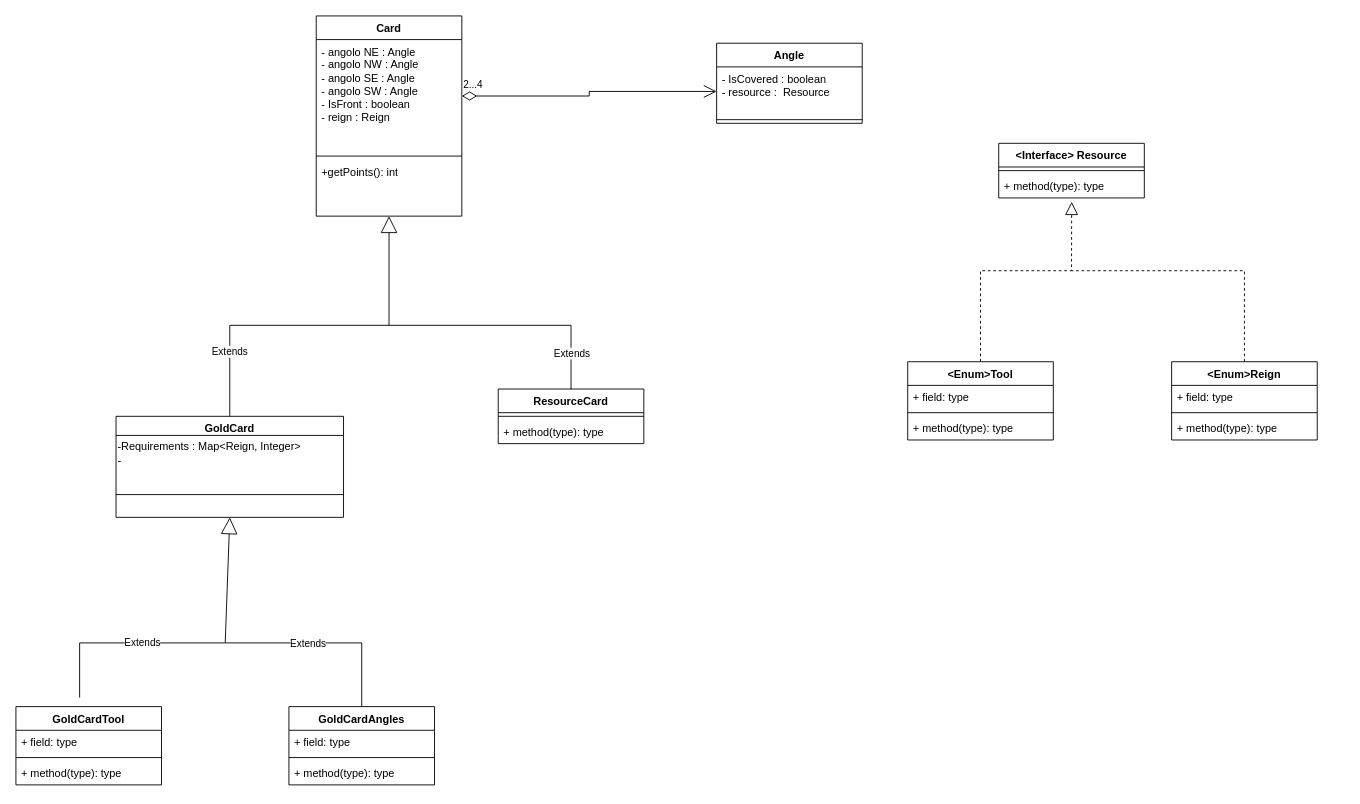
Above: Diagramma senza titolo.drawio in MaximilianMangosi/ing-sw-2024-Mangosi-Laguardia-Lapi-Mattina (draw.io), before the change. Source tidied: cells renumbered, new cells numbered last; positions are measured from the earlier drawing's top-left corner, leaving out a move shared by most shapes. Both pictures are drawn from the tidied source at 91%, with x=0, y=0 at pixel (15, 15).
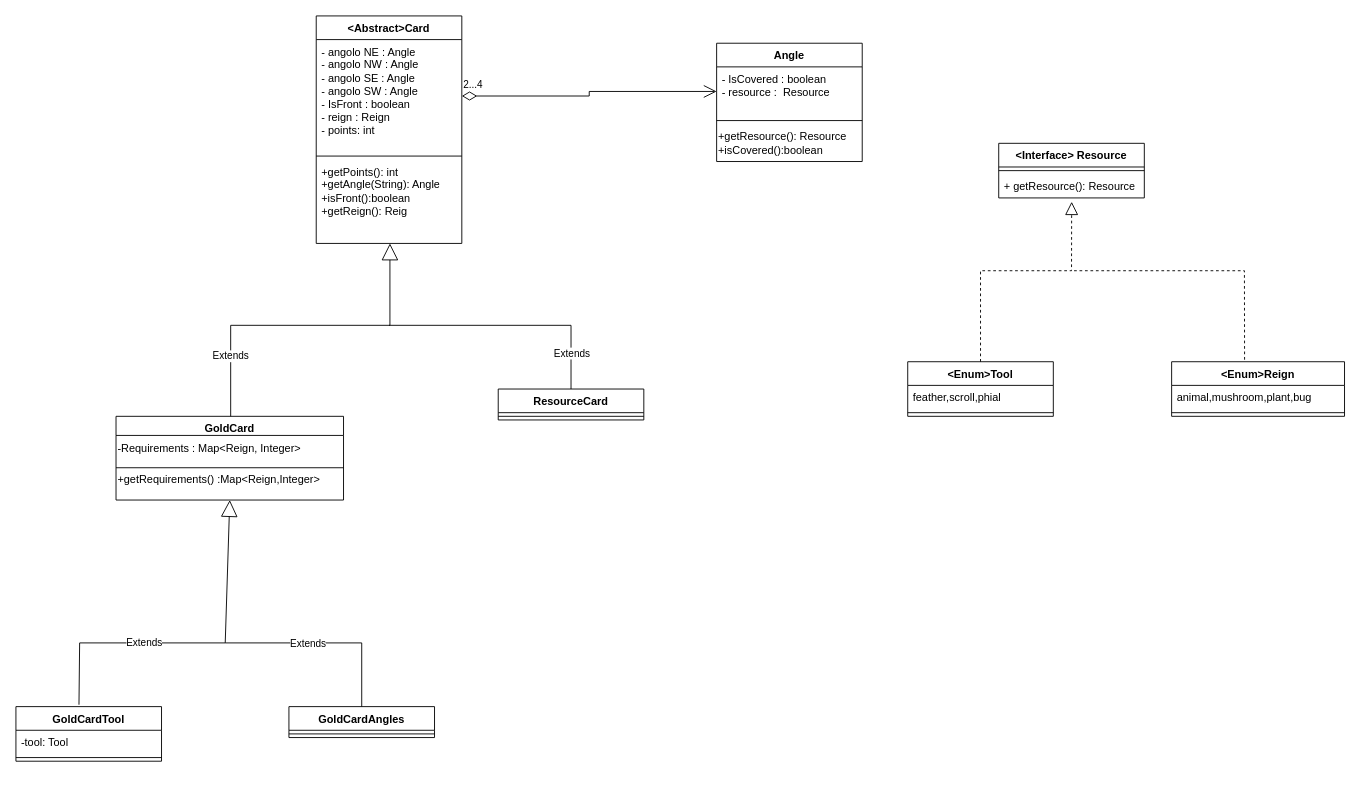
After the change.

The change refers to these unchanged cells:
```xml
<mxCell id="9" value="&amp;lt;Interface&amp;gt; Resource" style="swimlane;fontStyle=1;align=center;verticalAlign=top;horizontal=1;startSize=26;whiteSpace=wrap;html=1;" parent="1" vertex="1">
  <mxGeometry x="1080" y="140" width="160" height="60" as="geometry" />
</mxCell>
```

The edit, as a diff of the source:
```diff
@@
-    <mxCell id="2" value="Card" style="swimlane;fontStyle=1;align=center;verticalAlign=top;horizontal=1;startSize=26;whiteSpace=wrap;html=1;" parent="1" vertex="1">
-      <mxGeometry x="330" width="160" height="220" as="geometry" />
+    <mxCell id="2" value="&amp;lt;Abstract&amp;gt;Card" style="swimlane;fontStyle=1;align=center;verticalAlign=top;horizontal=1;startSize=26;whiteSpace=wrap;html=1;" parent="1" vertex="1">
+      <mxGeometry x="330" width="160" height="250" as="geometry" />
     </mxCell>
-    <mxCell id="3" value="- angolo NE : Angle&lt;div&gt;- angolo NW : Angle&lt;/div&gt;&lt;div&gt;- angolo SE : Angle&lt;/div&gt;&lt;div&gt;- angolo SW : Angle&lt;/div&gt;&lt;div&gt;- IsFront : boolean&lt;/div&gt;&lt;div&gt;- reign : Reign&lt;/div&gt;&lt;div&gt;&lt;br&gt;&lt;/div&gt;" style="text;strokeColor=none;fillColor=none;align=left;verticalAlign=top;spacingLeft=4;spacingRight=4;overflow=hidden;points=[[0,0.5],[1,0.5]];portConstraint=eastwest;whiteSpace=wrap;html=1;" parent="2" vertex="1">
+    <mxCell id="3" value="- angolo NE : Angle&lt;div&gt;- angolo NW : Angle&lt;/div&gt;&lt;div&gt;- angolo SE : Angle&lt;/div&gt;&lt;div&gt;- angolo SW : Angle&lt;/div&gt;&lt;div&gt;- IsFront : boolean&lt;/div&gt;&lt;div&gt;- reign : Reign&lt;/div&gt;- points: int" style="text;strokeColor=none;fillColor=none;align=left;verticalAlign=top;spacingLeft=4;spacingRight=4;overflow=hidden;points=[[0,0.5],[1,0.5]];portConstraint=eastwest;whiteSpace=wrap;html=1;" parent="2" vertex="1">
       <mxGeometry y="26" width="160" height="124" as="geometry" />
     </mxCell>
@@
-    <mxCell id="5" value="&lt;div&gt;+getPoints(): int&lt;/div&gt;&lt;div&gt;&lt;br&gt;&lt;/div&gt;" style="text;strokeColor=none;fillColor=none;align=left;verticalAlign=top;spacingLeft=4;spacingRight=4;overflow=hidden;whiteSpace=wrap;html=1;" parent="2" vertex="1">
-      <mxGeometry y="158" width="160" height="62" as="geometry" />
+    <mxCell id="5" value="&lt;div&gt;+getPoints(): int&lt;/div&gt;&lt;div&gt;+getAngle(String): Angle&lt;/div&gt;&lt;div&gt;+isFront():boolean&lt;/div&gt;&lt;div&gt;+getReign(): Reig&lt;/div&gt;" style="text;strokeColor=none;fillColor=none;align=left;verticalAlign=top;spacingLeft=4;spacingRight=4;overflow=hidden;whiteSpace=wrap;html=1;" parent="2" vertex="1">
+      <mxGeometry y="158" width="160" height="92" as="geometry" />
     </mxCell>
     <mxCell id="6" value="Angle" style="swimlane;fontStyle=1;align=center;verticalAlign=top;horizontal=1;startSize=26;whiteSpace=wrap;html=1;" parent="1" vertex="1">
-      <mxGeometry x="770" y="30" width="160" height="88" as="geometry" />
+      <mxGeometry x="770" y="30" width="160" height="130" as="geometry" />
     </mxCell>
@@
     <mxCell id="8" style="line;strokeWidth=1;fillColor=none;align=left;verticalAlign=middle;spacingTop=-1;spacingLeft=3;spacingRight=3;labelPosition=right;strokeColor=inherit;" parent="6" vertex="1">
-      <mxGeometry y="80" width="160" height="8" as="geometry" />
+      <mxGeometry y="80" width="160" height="10" as="geometry" />
     </mxCell>
+    <mxCell id="43" value="&lt;div align=&quot;left&quot;&gt;+getResource(): Resource&lt;/div&gt;&lt;div align=&quot;left&quot;&gt;+isCovered():boolean&lt;br&gt;&lt;/div&gt;" style="text;html=1;align=left;verticalAlign=middle;strokeColor=none;fillColor=none;" parent="6" vertex="1">
+      <mxGeometry y="90" width="160" height="40" as="geometry" />
+    </mxCell>
@@
-    <mxCell id="11" value="+ method(type): type" style="text;strokeColor=none;fillColor=none;align=left;verticalAlign=top;spacingLeft=4;spacingRight=4;overflow=hidden;points=[[0,0.5],[1,0.5]];portConstraint=eastwest;whiteSpace=wrap;html=1;" parent="9" vertex="1">
+    <mxCell id="11" value="+ getResource(): Resource" style="text;strokeColor=none;fillColor=none;align=left;verticalAlign=top;spacingLeft=4;spacingRight=4;overflow=hidden;points=[[0,0.5],[1,0.5]];portConstraint=eastwest;whiteSpace=wrap;html=1;" parent="9" vertex="1">
       <mxGeometry y="34" width="160" height="26" as="geometry" />
     </mxCell>
     <mxCell id="12" value="&amp;lt;Enum&amp;gt;Tool" style="swimlane;fontStyle=1;align=center;verticalAlign=top;horizontal=1;startSize=26;whiteSpace=wrap;html=1;" parent="1" vertex="1">
-      <mxGeometry x="980" y="380" width="160" height="86" as="geometry" />
+      <mxGeometry x="980" y="380" width="160" height="60" as="geometry" />
     </mxCell>
-    <mxCell id="13" value="+ field: type" style="text;strokeColor=none;fillColor=none;align=left;verticalAlign=top;spacingLeft=4;spacingRight=4;overflow=hidden;whiteSpace=wrap;html=1;" parent="12" vertex="1">
+    <mxCell id="13" value="feather,scroll,phial" style="text;strokeColor=none;fillColor=none;align=left;verticalAlign=top;spacingLeft=4;spacingRight=4;overflow=hidden;whiteSpace=wrap;html=1;" parent="12" vertex="1">
       <mxGeometry y="26" width="160" height="26" as="geometry" />
     </mxCell>
@@
-    <mxCell id="15" value="+ method(type): type" style="text;strokeColor=none;fillColor=none;align=left;verticalAlign=top;spacingLeft=4;spacingRight=4;overflow=hidden;whiteSpace=wrap;html=1;" parent="12" vertex="1">
-      <mxGeometry y="60" width="160" height="26" as="geometry" />
-    </mxCell>
@@
-    <mxCell id="17" value="&amp;lt;Enum&amp;gt;Reign" style="swimlane;fontStyle=1;align=center;verticalAlign=top;horizontal=1;startSize=26;whiteSpace=wrap;html=1;" parent="1" vertex="1">
-      <mxGeometry x="1270" y="380" width="160" height="86" as="geometry" />
-    </mxCell>
-    <mxCell id="18" value="+ field: type" style="text;strokeColor=none;fillColor=none;align=left;verticalAlign=top;spacingLeft=4;spacingRight=4;overflow=hidden;whiteSpace=wrap;html=1;" parent="17" vertex="1">
-      <mxGeometry y="26" width="160" height="26" as="geometry" />
-    </mxCell>
-    <mxCell id="19" style="line;strokeWidth=1;fillColor=none;align=left;verticalAlign=middle;spacingTop=-1;spacingLeft=3;spacingRight=3;labelPosition=right;strokeColor=inherit;" parent="17" vertex="1">
-      <mxGeometry y="52" width="160" height="8" as="geometry" />
-    </mxCell>
-    <mxCell id="20" value="+ method(type): type" style="text;strokeColor=none;fillColor=none;align=left;verticalAlign=top;spacingLeft=4;spacingRight=4;overflow=hidden;whiteSpace=wrap;html=1;" parent="17" vertex="1">
-      <mxGeometry y="60" width="160" height="26" as="geometry" />
-    </mxCell>
     <mxCell id="21" value="GoldCard" style="swimlane;fontStyle=1;align=center;verticalAlign=top;horizontal=1;startSize=21;whiteSpace=wrap;html=1;" parent="1" vertex="1">
-      <mxGeometry x="110" y="440" width="250" height="111" as="geometry" />
+      <mxGeometry x="110" y="440" width="250" height="92" as="geometry" />
     </mxCell>
-    <mxCell id="22" value="-Requirements : Map&amp;lt;Reign, Integer&amp;gt;&lt;div&gt;-&lt;/div&gt;" style="text;html=1;align=left;verticalAlign=middle;strokeColor=none;fillColor=none;" parent="21" vertex="1">
-      <mxGeometry y="21" width="250" height="40" as="geometry" />
+    <mxCell id="22" value="-Requirements : Map&amp;lt;Reign, Integer&amp;gt;" style="text;html=1;align=left;verticalAlign=middle;strokeColor=none;fillColor=none;" parent="21" vertex="1">
+      <mxGeometry y="21" width="250" height="30" as="geometry" />
     </mxCell>
     <mxCell id="23" style="line;strokeWidth=1;fillColor=none;align=left;verticalAlign=middle;spacingTop=-1;spacingLeft=3;spacingRight=3;labelPosition=right;strokeColor=inherit;" parent="21" vertex="1">
-      <mxGeometry y="61" width="250" height="50" as="geometry" />
+      <mxGeometry y="51" width="250" height="11" as="geometry" />
     </mxCell>
+    <mxCell id="44" value="&lt;div align=&quot;left&quot;&gt;+getRequirements() :Map&amp;lt;Reign,Integer&amp;gt;&lt;br&gt;&lt;/div&gt;&lt;div align=&quot;left&quot;&gt;&lt;br&gt;&lt;/div&gt;" style="text;html=1;align=left;verticalAlign=middle;whiteSpace=wrap;rounded=0;" parent="21" vertex="1">
+      <mxGeometry y="62" width="250" height="30" as="geometry" />
+    </mxCell>
     <mxCell id="24" value="ResourceCard" style="swimlane;fontStyle=1;align=center;verticalAlign=top;horizontal=1;startSize=26;whiteSpace=wrap;html=1;" parent="1" vertex="1">
-      <mxGeometry x="530" y="410" width="160" height="60" as="geometry" />
+      <mxGeometry x="530" y="410" width="160" height="34" as="geometry" />
     </mxCell>
@@
-    <mxCell id="26" value="+ method(type): type" style="text;strokeColor=none;fillColor=none;align=left;verticalAlign=top;spacingLeft=4;spacingRight=4;overflow=hidden;whiteSpace=wrap;html=1;" parent="24" vertex="1">
-      <mxGeometry y="34" width="160" height="26" as="geometry" />
-    </mxCell>
-    <mxCell id="27" value="Extends" style="endArrow=block;endSize=16;endFill=0;html=1;rounded=0;entryX=0.5;entryY=1;entryDx=0;entryDy=0;exitX=0.5;exitY=0;exitDx=0;exitDy=0;" parent="1" edge="1" source="21" target="2">
+    <mxCell id="27" value="Extends" style="endArrow=block;endSize=16;endFill=0;html=1;rounded=0;entryX=0.5;entryY=1;entryDx=0;entryDy=0;exitX=0.5;exitY=0;exitDx=0;exitDy=0;" parent="1" edge="1">
       <mxGeometry x="-0.64" relative="1" as="geometry">
+        <mxPoint x="236" y="440" as="sourcePoint" />
+        <mxPoint x="411" y="250" as="targetPoint" />
         <Array as="points">
-          <mxPoint x="235" y="340" />
-          <mxPoint x="410" y="340" />
+          <mxPoint x="236" y="340" />
+          <mxPoint x="411" y="340" />
         </Array>
       </mxGeometry>
     </mxCell>
-    <mxCell id="28" style="endArrow=none;dashed=1;html=1;rounded=0;exitX=0.5;exitY=0;exitDx=0;exitDy=0;" parent="1" edge="1" source="17">
+    <mxCell id="28" style="endArrow=none;dashed=1;html=1;rounded=0;exitX=0.422;exitY=0.063;exitDx=0;exitDy=0;exitPerimeter=0;" parent="1" edge="1" source="17">
       <mxGeometry relative="1" as="geometry">
         <mxPoint x="1160" y="280" as="targetPoint" />
         <Array as="points">
           <mxPoint x="1350" y="280" />
         </Array>
       </mxGeometry>
     </mxCell>
     <mxCell id="29" value="GoldCardTool" style="swimlane;fontStyle=1;align=center;verticalAlign=top;horizontal=1;startSize=26;whiteSpace=wrap;html=1;" parent="1" vertex="1">
-      <mxGeometry y="759" width="160" height="86" as="geometry" />
+      <mxGeometry y="759" width="160" height="60" as="geometry" />
     </mxCell>
-    <mxCell id="30" value="+ field: type" style="text;strokeColor=none;fillColor=none;align=left;verticalAlign=top;spacingLeft=4;spacingRight=4;overflow=hidden;whiteSpace=wrap;html=1;" parent="29" vertex="1">
+    <mxCell id="30" value="-tool: Tool" style="text;strokeColor=none;fillColor=none;align=left;verticalAlign=top;spacingLeft=4;spacingRight=4;overflow=hidden;whiteSpace=wrap;html=1;" parent="29" vertex="1">
       <mxGeometry y="26" width="160" height="26" as="geometry" />
     </mxCell>
@@
-    <mxCell id="32" value="+ method(type): type" style="text;strokeColor=none;fillColor=none;align=left;verticalAlign=top;spacingLeft=4;spacingRight=4;overflow=hidden;whiteSpace=wrap;html=1;" parent="29" vertex="1">
-      <mxGeometry y="60" width="160" height="26" as="geometry" />
-    </mxCell>
     <mxCell id="33" value="GoldCardAngles" style="swimlane;fontStyle=1;align=center;verticalAlign=top;horizontal=1;startSize=26;whiteSpace=wrap;html=1;" parent="1" vertex="1">
-      <mxGeometry x="300" y="759" width="160" height="86" as="geometry" />
+      <mxGeometry x="300" y="759" width="160" height="34" as="geometry" />
     </mxCell>
-    <mxCell id="34" value="+ field: type" style="text;strokeColor=none;fillColor=none;align=left;verticalAlign=top;spacingLeft=4;spacingRight=4;overflow=hidden;whiteSpace=wrap;html=1;" parent="33" vertex="1">
-      <mxGeometry y="26" width="160" height="26" as="geometry" />
-    </mxCell>
     <mxCell id="35" style="line;strokeWidth=1;fillColor=none;align=left;verticalAlign=middle;spacingTop=-1;spacingLeft=3;spacingRight=3;labelPosition=right;strokeColor=inherit;" parent="33" vertex="1">
-      <mxGeometry y="52" width="160" height="8" as="geometry" />
+      <mxGeometry y="26" width="160" height="8" as="geometry" />
     </mxCell>
-    <mxCell id="36" value="+ method(type): type" style="text;strokeColor=none;fillColor=none;align=left;verticalAlign=top;spacingLeft=4;spacingRight=4;overflow=hidden;whiteSpace=wrap;html=1;" parent="33" vertex="1">
-      <mxGeometry y="60" width="160" height="26" as="geometry" />
-    </mxCell>
@@
-    <mxCell id="39" value="Extends" style="endArrow=block;endSize=16;endFill=0;html=1;rounded=0;entryX=0.5;entryY=1;entryDx=0;entryDy=0;" parent="1" edge="1" target="21">
+    <mxCell id="39" value="Extends" style="endArrow=block;endSize=16;endFill=0;html=1;rounded=0;entryX=0.5;entryY=1;entryDx=0;entryDy=0;exitX=0.433;exitY=-0.035;exitDx=0;exitDy=0;exitPerimeter=0;" parent="1" edge="1" source="29" target="44">
       <mxGeometry x="-0.28" relative="1" as="geometry">
-        <mxPoint x="70" y="749" as="sourcePoint" />
         <Array as="points">
           <mxPoint x="70" y="689" />
           <mxPoint x="230" y="689" />
         </Array>
       </mxGeometry>
     </mxCell>
@@
+    <mxCell id="17" value="&amp;lt;Enum&amp;gt;Reign" style="swimlane;fontStyle=1;align=center;verticalAlign=top;horizontal=1;startSize=26;whiteSpace=wrap;html=1;" parent="1" vertex="1">
+      <mxGeometry x="1270" y="380" width="190" height="60" as="geometry" />
+    </mxCell>
+    <mxCell id="45" value="animal,mushroom,plant,bug" style="text;strokeColor=none;fillColor=none;align=left;verticalAlign=top;spacingLeft=4;spacingRight=4;overflow=hidden;whiteSpace=wrap;html=1;" parent="17" vertex="1">
+      <mxGeometry y="26" width="190" height="26" as="geometry" />
+    </mxCell>
+    <mxCell id="46" style="line;strokeWidth=1;fillColor=none;align=left;verticalAlign=middle;spacingTop=-1;spacingLeft=3;spacingRight=3;labelPosition=right;strokeColor=inherit;" parent="17" vertex="1">
+      <mxGeometry y="52" width="190" height="8" as="geometry" />
+    </mxCell>
```
